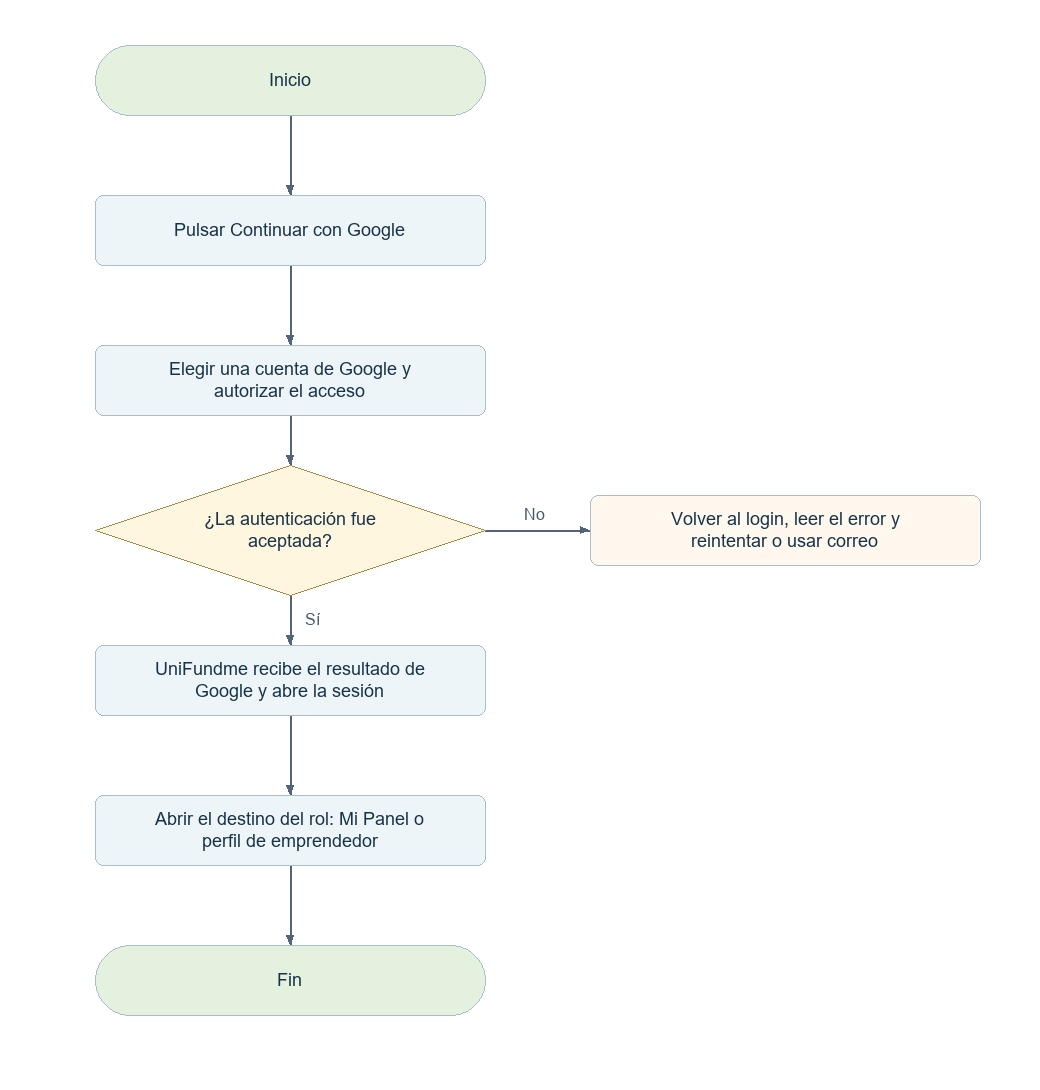
elingeyesdev/t3-crowdfunding-inversion keeps this Mermaid diagram as docs/diagramas-web/png/C08.png. Above is the earlier version. Its source is kept beside it as docs/diagramas-web/mermaid/C08.mmd.
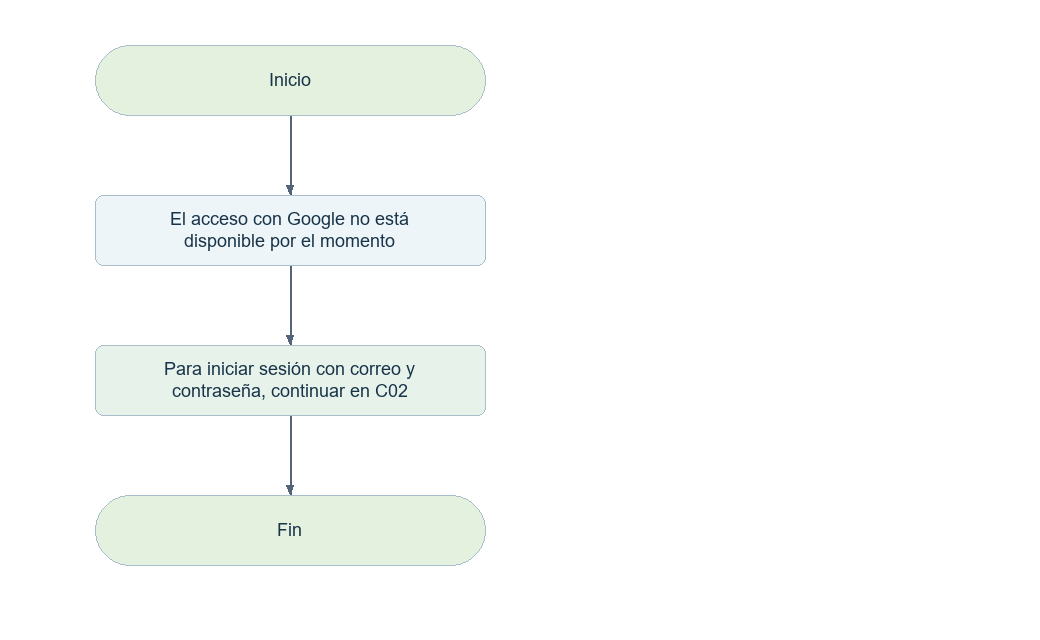
After the commit.

The edit, as a diff of the source:
```diff
@@ -1,16 +1,8 @@
 flowchart TD
   N0(["Inicio"])
   N0 --> N1
-  N1["Pulsar Continuar con Google"]
+  N1["El acceso con Google no está disponible por el momento"]
   N1 --> N2
-  N2["Elegir una cuenta de Google y autorizar el acceso"]
+  N2["Para iniciar sesión con correo y contraseña, continuar en C02"]
   N2 --> N3
-  N3{"¿La autenticación fue aceptada?"}
-  N3 -->|"Sí"| N4
-  B3(["Volver al login, leer el error y reintentar o usar correo"])
-  N3 -->|"No"| B3
-  N4["UniFundme recibe el resultado de Google y abre la sesión"]
-  N4 --> N5
-  N5["Abrir el destino del rol: Mi Panel o perfil de emprendedor"]
-  N5 --> N6
-  N6(["Fin"])
+  N3(["Fin"])
```
